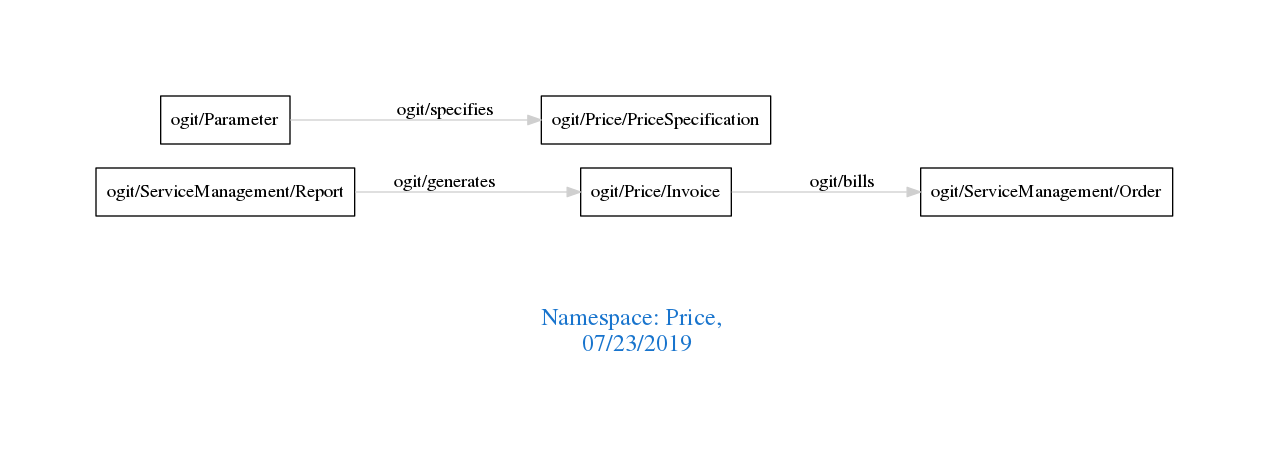
Earlier version of the Graphviz export downloads/Price.png (arago/OGIT). Its source is kept beside it as downloads/Price.dot.
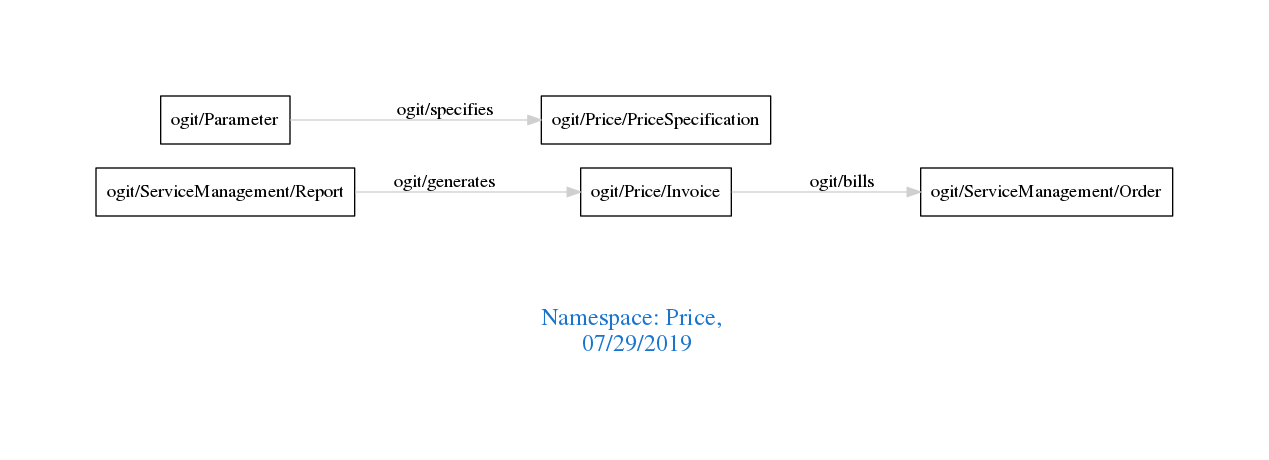
The same file after the commit.

The edit, as a diff of the source:
```diff
@@ -1,7 +1,7 @@
 digraph OGIT_ontology {
  graph [ rankdir= LR,pad=1
 fontsize = 18,
-fontcolor= dodgerblue3,label = "\n\n\nNamespace: Price, \n 07/23/2019"];
+fontcolor= dodgerblue3,label = "\n\n\nNamespace: Price, \n 07/29/2019"];
 node[shape=polygon];
 edge [  color="gray81"];
 
```
